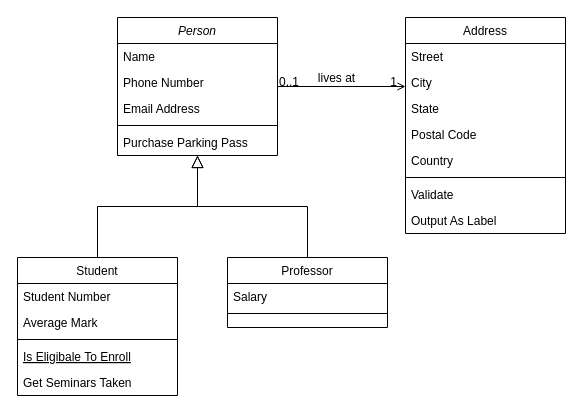
This is Untitled Diagram.drawio from lethanhdat12/project-make-a-translate-app-for-me, a draw.io file, before an edit. Source tidied: cells renumbered, new cells numbered last; positions are measured from the earlier drawing's top-left corner, leaving out a move shared by most shapes. Both pictures are drawn from the tidied source at 100%, with x=0, y=0 at pixel (17, 17).
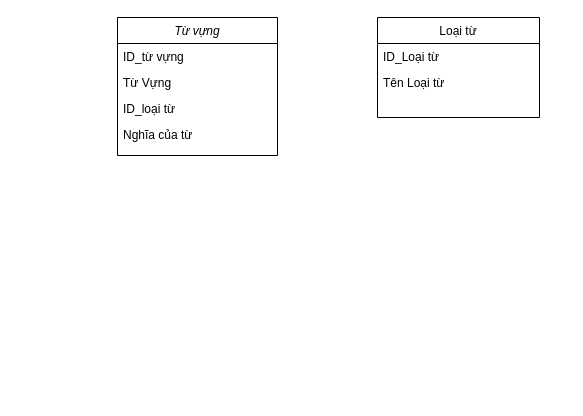
Above is the later version.

The edit, as a diff of the source:
```diff
@@
-    <mxCell id="2" value="Person" style="swimlane;fontStyle=2;align=center;verticalAlign=top;horizontal=1;startSize=26;rounded=0;shadow=0;strokeWidth=1;" parent="1" vertex="1">
+    <mxCell id="2" value="Từ vựng" style="swimlane;fontStyle=2;align=center;verticalAlign=top;horizontal=1;startSize=26;rounded=0;shadow=0;strokeWidth=1;" parent="1" vertex="1">
       <mxGeometry x="100" width="160" height="138" as="geometry" />
     </mxCell>
-    <mxCell id="3" value="Name" style="text;align=left;verticalAlign=top;spacingLeft=4;spacingRight=4;overflow=hidden;" parent="2" vertex="1">
+    <mxCell id="3" value="ID_từ vựng" style="text;align=left;verticalAlign=top;spacingLeft=4;spacingRight=4;overflow=hidden;" parent="2" vertex="1">
       <mxGeometry y="26" width="160" height="26" as="geometry" />
     </mxCell>
-    <mxCell id="4" value="Phone Number" style="text;align=left;verticalAlign=top;spacingLeft=4;spacingRight=4;overflow=hidden;rounded=0;shadow=0;html=0;" parent="2" vertex="1">
+    <mxCell id="4" value="Từ Vựng" style="text;align=left;verticalAlign=top;spacingLeft=4;spacingRight=4;overflow=hidden;rounded=0;shadow=0;html=0;" parent="2" vertex="1">
       <mxGeometry y="52" width="160" height="26" as="geometry" />
     </mxCell>
-    <mxCell id="5" value="Email Address" style="text;align=left;verticalAlign=top;spacingLeft=4;spacingRight=4;overflow=hidden;rounded=0;shadow=0;html=0;" parent="2" vertex="1">
+    <mxCell id="5" value="ID_loại từ" style="text;align=left;verticalAlign=top;spacingLeft=4;spacingRight=4;overflow=hidden;rounded=0;shadow=0;html=0;" parent="2" vertex="1">
       <mxGeometry y="78" width="160" height="26" as="geometry" />
     </mxCell>
-    <mxCell id="6" style="line;html=1;strokeWidth=1;align=left;verticalAlign=middle;spacingTop=-1;spacingLeft=3;spacingRight=3;labelPosition=right;" parent="2" vertex="1">
-      <mxGeometry y="104" width="160" height="8" as="geometry" />
-    </mxCell>
-    <mxCell id="7" value="Purchase Parking Pass" style="text;align=left;verticalAlign=top;spacingLeft=4;spacingRight=4;overflow=hidden;" parent="2" vertex="1">
-      <mxGeometry y="112" width="160" height="26" as="geometry" />
+    <mxCell id="7" value="Nghĩa của từ" style="text;align=left;verticalAlign=top;spacingLeft=4;spacingRight=4;overflow=hidden;" parent="2" vertex="1">
+      <mxGeometry y="104" width="160" height="26" as="geometry" />
     </mxCell>
-    <mxCell id="8" value="Student" style="swimlane;fontStyle=0;align=center;verticalAlign=top;horizontal=1;startSize=26;rounded=0;shadow=0;strokeWidth=1;" parent="1" vertex="1">
-      <mxGeometry y="240" width="160" height="138" as="geometry" />
-    </mxCell>
-    <mxCell id="9" value="Student Number" style="text;align=left;verticalAlign=top;spacingLeft=4;spacingRight=4;overflow=hidden;" parent="8" vertex="1">
-      <mxGeometry y="26" width="160" height="26" as="geometry" />
-    </mxCell>
-    <mxCell id="10" value="Average Mark" style="text;align=left;verticalAlign=top;spacingLeft=4;spacingRight=4;overflow=hidden;rounded=0;shadow=0;html=0;" parent="8" vertex="1">
-      <mxGeometry y="52" width="160" height="26" as="geometry" />
-    </mxCell>
-    <mxCell id="11" style="line;html=1;strokeWidth=1;align=left;verticalAlign=middle;spacingTop=-1;spacingLeft=3;spacingRight=3;labelPosition=right;" parent="8" vertex="1">
-      <mxGeometry y="78" width="160" height="8" as="geometry" />
-    </mxCell>
-    <mxCell id="12" value="Is Eligibale To Enroll" style="text;align=left;verticalAlign=top;spacingLeft=4;spacingRight=4;overflow=hidden;fontStyle=4;" parent="8" vertex="1">
-      <mxGeometry y="86" width="160" height="26" as="geometry" />
-    </mxCell>
-    <mxCell id="13" value="Get Seminars Taken" style="text;align=left;verticalAlign=top;spacingLeft=4;spacingRight=4;overflow=hidden;" parent="8" vertex="1">
-      <mxGeometry y="112" width="160" height="26" as="geometry" />
-    </mxCell>
-    <mxCell id="14" style="endArrow=block;endSize=10;endFill=0;shadow=0;strokeWidth=1;rounded=0;edgeStyle=elbowEdgeStyle;elbow=vertical;" parent="1" edge="1" source="8" target="2">
-      <mxGeometry relative="1" as="geometry" />
-    </mxCell>
-    <mxCell id="15" value="Professor" style="swimlane;fontStyle=0;align=center;verticalAlign=top;horizontal=1;startSize=26;rounded=0;shadow=0;strokeWidth=1;" parent="1" vertex="1">
-      <mxGeometry x="210" y="240" width="160" height="70" as="geometry" />
-    </mxCell>
-    <mxCell id="16" value="Salary" style="text;align=left;verticalAlign=top;spacingLeft=4;spacingRight=4;overflow=hidden;" parent="15" vertex="1">
-      <mxGeometry y="26" width="160" height="26" as="geometry" />
-    </mxCell>
-    <mxCell id="17" style="line;html=1;strokeWidth=1;align=left;verticalAlign=middle;spacingTop=-1;spacingLeft=3;spacingRight=3;labelPosition=right;" parent="15" vertex="1">
-      <mxGeometry y="52" width="160" height="8" as="geometry" />
-    </mxCell>
-    <mxCell id="18" style="endArrow=block;endSize=10;endFill=0;shadow=0;strokeWidth=1;rounded=0;edgeStyle=elbowEdgeStyle;elbow=vertical;" parent="1" edge="1" source="15" target="2">
-      <mxGeometry relative="1" as="geometry" />
-    </mxCell>
-    <mxCell id="19" value="Address" style="swimlane;fontStyle=0;align=center;verticalAlign=top;horizontal=1;startSize=26;rounded=0;shadow=0;strokeWidth=1;" parent="1" vertex="1">
-      <mxGeometry x="388" width="160" height="216" as="geometry" />
+    <mxCell id="19" value="Loại từ" style="swimlane;fontStyle=0;align=center;verticalAlign=top;horizontal=1;startSize=26;rounded=0;shadow=0;strokeWidth=1;" parent="1" vertex="1">
+      <mxGeometry x="360" width="162" height="100" as="geometry" />
     </mxCell>
-    <mxCell id="20" value="Street" style="text;align=left;verticalAlign=top;spacingLeft=4;spacingRight=4;overflow=hidden;" parent="19" vertex="1">
-      <mxGeometry y="26" width="160" height="26" as="geometry" />
+    <mxCell id="20" value="ID_Loại từ" style="text;align=left;verticalAlign=top;spacingLeft=4;spacingRight=4;overflow=hidden;" parent="19" vertex="1">
+      <mxGeometry y="26" width="162" height="26" as="geometry" />
     </mxCell>
-    <mxCell id="21" value="City" style="text;align=left;verticalAlign=top;spacingLeft=4;spacingRight=4;overflow=hidden;rounded=0;shadow=0;html=0;" parent="19" vertex="1">
-      <mxGeometry y="52" width="160" height="26" as="geometry" />
+    <mxCell id="21" value="Tên Loại từ" style="text;align=left;verticalAlign=top;spacingLeft=4;spacingRight=4;overflow=hidden;rounded=0;shadow=0;html=0;" parent="19" vertex="1">
+      <mxGeometry y="52" width="162" height="26" as="geometry" />
     </mxCell>
-    <mxCell id="22" value="State" style="text;align=left;verticalAlign=top;spacingLeft=4;spacingRight=4;overflow=hidden;rounded=0;shadow=0;html=0;" parent="19" vertex="1">
-      <mxGeometry y="78" width="160" height="26" as="geometry" />
-    </mxCell>
-    <mxCell id="23" value="Postal Code" style="text;align=left;verticalAlign=top;spacingLeft=4;spacingRight=4;overflow=hidden;rounded=0;shadow=0;html=0;" parent="19" vertex="1">
-      <mxGeometry y="104" width="160" height="26" as="geometry" />
-    </mxCell>
-    <mxCell id="24" value="Country" style="text;align=left;verticalAlign=top;spacingLeft=4;spacingRight=4;overflow=hidden;rounded=0;shadow=0;html=0;" parent="19" vertex="1">
-      <mxGeometry y="130" width="160" height="26" as="geometry" />
-    </mxCell>
-    <mxCell id="25" style="line;html=1;strokeWidth=1;align=left;verticalAlign=middle;spacingTop=-1;spacingLeft=3;spacingRight=3;labelPosition=right;" parent="19" vertex="1">
-      <mxGeometry y="156" width="160" height="8" as="geometry" />
-    </mxCell>
-    <mxCell id="26" value="Validate" style="text;align=left;verticalAlign=top;spacingLeft=4;spacingRight=4;overflow=hidden;" parent="19" vertex="1">
-      <mxGeometry y="164" width="160" height="26" as="geometry" />
-    </mxCell>
-    <mxCell id="27" value="Output As Label" style="text;align=left;verticalAlign=top;spacingLeft=4;spacingRight=4;overflow=hidden;" parent="19" vertex="1">
-      <mxGeometry y="190" width="160" height="26" as="geometry" />
-    </mxCell>
-    <mxCell id="28" style="endArrow=open;shadow=0;strokeWidth=1;rounded=0;endFill=1;edgeStyle=elbowEdgeStyle;elbow=vertical;" parent="1" edge="1" source="2" target="19">
-      <mxGeometry x="0.5" y="41" relative="1" as="geometry">
-        <mxPoint x="-40" y="32" as="offset" />
-      </mxGeometry>
-    </mxCell>
-    <mxCell id="29" value="0..1" style="align=left;verticalAlign=bottom;labelBackgroundColor=none;fontSize=12;" parent="28" vertex="1">
-      <mxGeometry x="-1" relative="1" as="geometry">
-        <mxPoint y="4" as="offset" />
-      </mxGeometry>
-    </mxCell>
-    <mxCell id="30" value="1" style="align=right;verticalAlign=bottom;labelBackgroundColor=none;fontSize=12;" parent="28" vertex="1">
-      <mxGeometry x="1" relative="1" as="geometry">
-        <mxPoint x="-7" y="4" as="offset" />
-      </mxGeometry>
-    </mxCell>
-    <mxCell id="31" value="lives at" style="text;html=1;align=center;verticalAlign=middle;labelBackgroundColor=none;rounded=0;shadow=0;strokeWidth=1;fontSize=12;" parent="28" vertex="1">
-      <mxGeometry x="0.5" y="49" relative="1" as="geometry">
-        <mxPoint x="-38" y="40" as="offset" />
-      </mxGeometry>
-    </mxCell>
```
